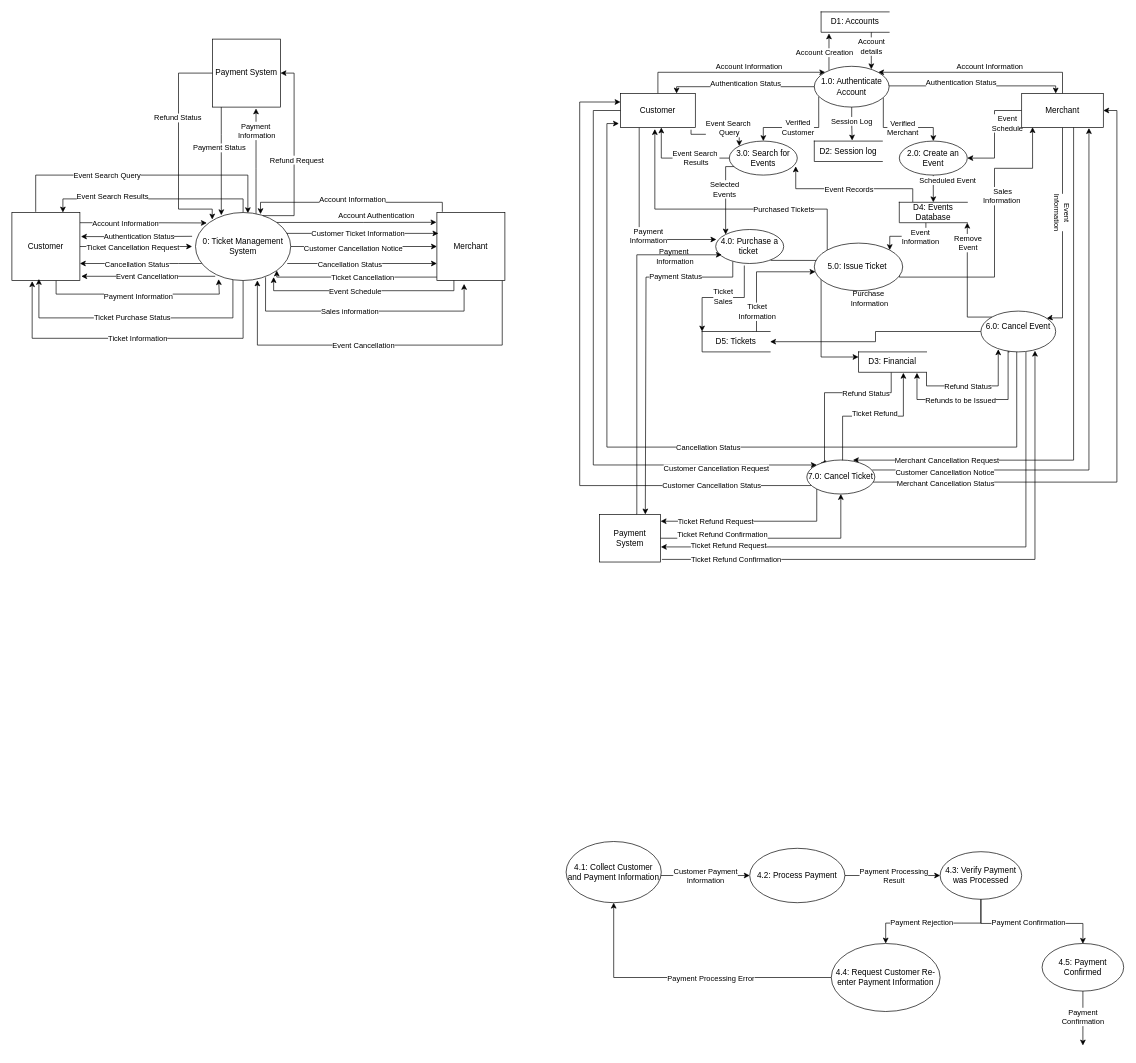
Before: ITEC 630 DFD Ticket Mangement System .drawio in SteveWChang/UMGC-ITEC--630-Ticketing-System-Modeling-and-Analysis, a draw.io diagram. Source tidied: cells renumbered, new cells numbered last; positions are measured from the earlier drawing's top-left corner, leaving out a move shared by most shapes. Both pictures are drawn from the tidied source at 68%, with x=0, y=0 at pixel (12, 12).
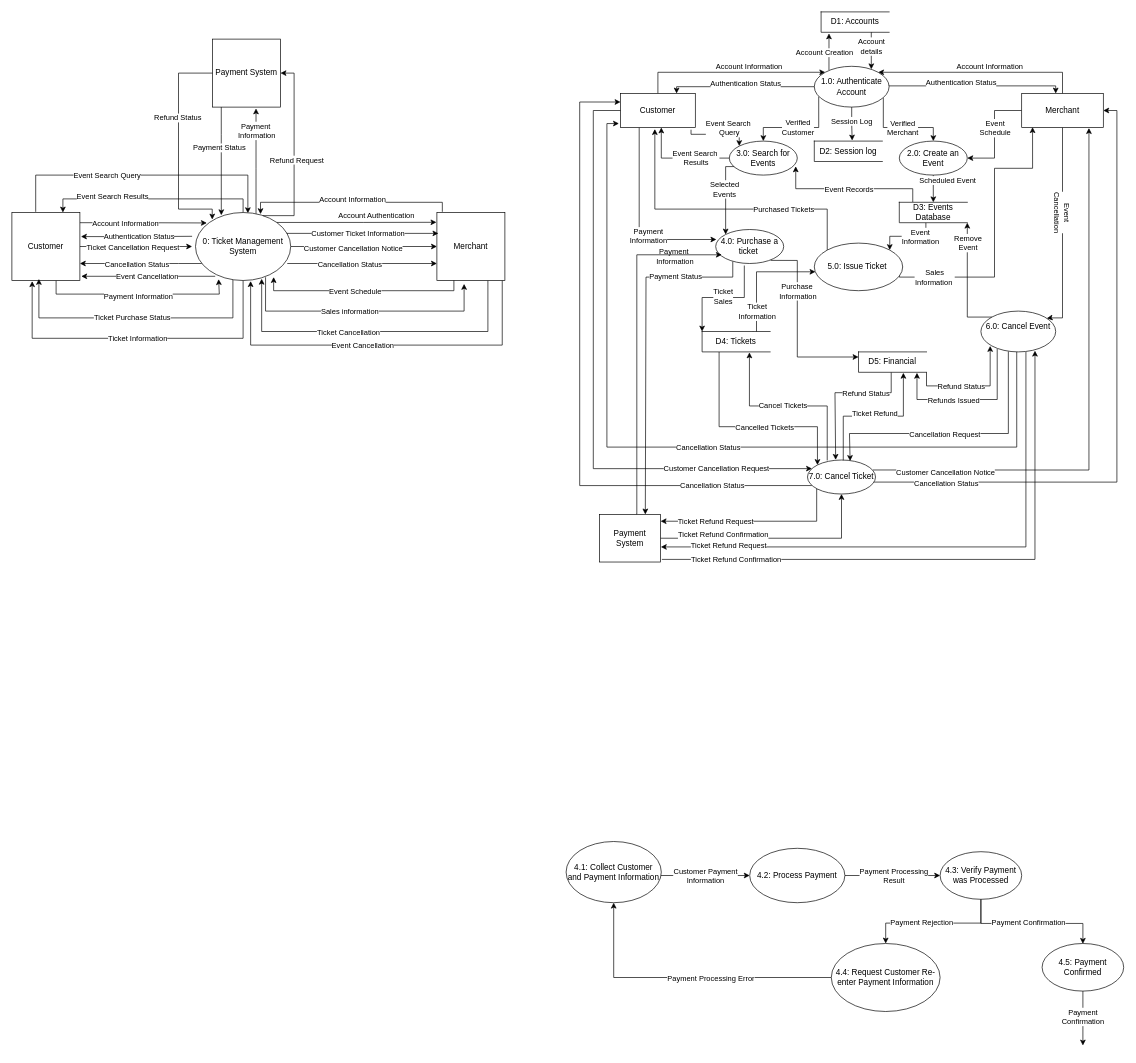
The same page after the edit.

Unchanged cells that the change refers to:
```xml
<mxCell id="2" style="edgeStyle=orthogonalEdgeStyle;rounded=0;jettySize=auto;html=1;entryX=1;entryY=0.5;entryDx=0;entryDy=0;exitX=0;exitY=0.5;exitDx=0;exitDy=0;" parent="1" edge="1" source="10" target="28">
  <mxGeometry relative="1" as="geometry" />
</mxCell>
<mxCell id="8" style="edgeStyle=orthogonalEdgeStyle;rounded=0;jettySize=auto;html=1;exitX=0.5;exitY=1;exitDx=0;exitDy=0;entryX=0.881;entryY=0.176;entryDx=0;entryDy=0;entryPerimeter=0;" parent="1" edge="1" source="10" target="139">
  <mxGeometry x="0.27" relative="1" as="geometry">
    <Array as="points">
      <mxPoint x="1545" y="450" />
      <mxPoint x="1526" y="450" />
    </Array>
  </mxGeometry>
</mxCell>
<mxCell id="10" value="Merchant" style="html=1;dashed=0;whiteSpace=wrap;" parent="1" vertex="1">
  <mxGeometry x="1485" y="120" width="120" height="50" as="geometry" />
</mxCell>
<mxCell id="24" value="Merchant" style="html=1;dashed=0;whiteSpace=wrap;" parent="1" vertex="1">
  <mxGeometry x="625" y="295" width="100" height="100" as="geometry" />
</mxCell>
<mxCell id="39" value="4.0: Purchase a ticket&amp;nbsp;" style="shape=ellipse;html=1;dashed=0;whiteSpace=wrap;perimeter=ellipsePerimeter;" parent="1" vertex="1">
  <mxGeometry x="1035" y="320" width="100" height="50" as="geometry" />
</mxCell>
<mxCell id="47" value="Customer" style="html=1;dashed=0;whiteSpace=wrap;" parent="1" vertex="1">
  <mxGeometry x="895" y="120" width="110" height="50" as="geometry" />
</mxCell>
<mxCell id="58" style="edgeStyle=orthogonalEdgeStyle;rounded=0;jettySize=auto;html=1;entryX=0.133;entryY=0.99;entryDx=0;entryDy=0;exitX=1;exitY=0.5;exitDx=0;exitDy=0;entryPerimeter=0;" parent="1" edge="1" source="60" target="10">
  <mxGeometry x="-0.27" relative="1" as="geometry">
    <Array as="points">
      <mxPoint x="1305" y="375" />
      <mxPoint x="1305" y="390" />
      <mxPoint x="1445" y="390" />
      <mxPoint x="1445" y="230" />
      <mxPoint x="1501" y="230" />
    </Array>
  </mxGeometry>
</mxCell>
<mxCell id="75" value="0: Ticket Management System" style="shape=ellipse;html=1;dashed=0;whiteSpace=wrap;perimeter=ellipsePerimeter;" parent="1" vertex="1">
  <mxGeometry x="270" y="295" width="140" height="100" as="geometry" />
</mxCell>
<mxCell id="125" style="edgeStyle=orthogonalEdgeStyle;rounded=0;jettySize=auto;html=1;exitX=0.063;exitY=0.751;exitDx=0;exitDy=0;entryX=0;entryY=0.25;entryDx=0;entryDy=0;exitPerimeter=0;" parent="1" edge="1" source="129" target="47">
  <mxGeometry x="-0.09" relative="1" as="geometry">
    <Array as="points">
      <mxPoint x="835" y="696.6" />
      <mxPoint x="835" y="132.5" />
    </Array>
  </mxGeometry>
</mxCell>
<mxCell id="127" style="edgeStyle=orthogonalEdgeStyle;rounded=0;jettySize=auto;html=1;exitX=0.976;exitY=0.649;exitDx=0;exitDy=0;entryX=1;entryY=0.5;entryDx=0;entryDy=0;exitPerimeter=0;" parent="1" edge="1" source="129" target="10">
  <mxGeometry x="-0.09" relative="1" as="geometry" />
</mxCell>
<mxCell id="139" value="&lt;div&gt;6.0: Cancel Event&lt;/div&gt;&lt;div&gt;&lt;br&gt;&lt;/div&gt;" style="shape=ellipse;html=1;dashed=0;whiteSpace=wrap;perimeter=ellipsePerimeter;" parent="1" vertex="1">
  <mxGeometry x="1425" y="440" width="110" height="60" as="geometry" />
</mxCell>
```

The edit, as a diff of the source:
```diff
@@
     <mxCell id="3" value="&lt;div&gt;Event&lt;/div&gt;&lt;div&gt;Schedule&lt;/div&gt;" style="edgeLabel;html=1;align=center;verticalAlign=middle;" parent="2" vertex="1">
       <mxGeometry x="-0.17" y="-1" relative="1" as="geometry">
-        <mxPoint x="19" y="-4" as="offset" />
+        <mxPoint x="1" y="3" as="offset" />
       </mxGeometry>
     </mxCell>
@@
-    <mxCell id="6" style="edgeStyle=orthogonalEdgeStyle;rounded=0;jettySize=auto;html=1;exitX=0.636;exitY=0.969;exitDx=0;exitDy=0;exitPerimeter=0;entryX=0.678;entryY=0.003;entryDx=0;entryDy=0;entryPerimeter=0;" parent="1" edge="1" source="10" target="129">
-      <mxGeometry x="0.12" relative="1" as="geometry">
-        <Array as="points">
-          <mxPoint x="1561.3" y="659.2" />
-        </Array>
-      </mxGeometry>
-    </mxCell>
-    <mxCell id="7" value="Merchant Cancellation Request" style="edgeLabel;html=1;align=center;verticalAlign=middle;" parent="6" vertex="1">
-      <mxGeometry x="0.73" y="2" relative="1" as="geometry">
-        <mxPoint x="27" y="-2" as="offset" />
-      </mxGeometry>
-    </mxCell>
@@
-    <mxCell id="9" value="&lt;div&gt;Event&lt;/div&gt;&lt;div&gt;Information&lt;/div&gt;" style="edgeLabel;html=1;align=center;verticalAlign=middle;rotation=90;" parent="8" vertex="1">
+    <mxCell id="9" value="&lt;div&gt;Event&lt;/div&gt;&lt;div&gt;Cancellation&lt;/div&gt;" style="edgeLabel;html=1;align=center;verticalAlign=middle;rotation=90;" parent="8" vertex="1">
       <mxGeometry x="-0.41" y="-1" relative="1" as="geometry">
         <mxPoint x="1" y="35" as="offset" />
       </mxGeometry>
     </mxCell>
@@
-    <mxCell id="22" style="edgeStyle=orthogonalEdgeStyle;rounded=0;jettySize=auto;html=1;entryX=1;entryY=1;entryDx=0;entryDy=0;" parent="1" edge="1" source="24" target="75">
-      <mxGeometry relative="1" as="geometry">
+    <mxCell id="22" style="edgeStyle=orthogonalEdgeStyle;rounded=0;jettySize=auto;html=1;entryX=0.695;entryY=0.975;entryDx=0;entryDy=0;exitX=0.75;exitY=1;exitDx=0;exitDy=0;entryPerimeter=0;" parent="1" edge="1" source="24" target="75">
+      <mxGeometry x="0.22" relative="1" as="geometry">
         <Array as="points">
-          <mxPoint x="389.5" y="390" />
+          <mxPoint x="700" y="470" />
+          <mxPoint x="367.3" y="470" />
         </Array>
       </mxGeometry>
     </mxCell>
     <mxCell id="23" value="Ticket Cancellation" style="edgeLabel;html=1;align=center;verticalAlign=middle;" parent="22" vertex="1">
-      <mxGeometry x="0.24" relative="1" as="geometry">
-        <mxPoint x="42" as="offset" />
+      <mxGeometry x="0.4" relative="1" as="geometry">
+        <mxPoint x="59" as="offset" />
       </mxGeometry>
     </mxCell>
@@
-    <mxCell id="33" value="D4: Events Database" style="html=1;dashed=0;whiteSpace=wrap;shape=partialRectangle;right=0;" parent="1" vertex="1">
+    <mxCell id="33" value="D3: Events Database" style="html=1;dashed=0;whiteSpace=wrap;shape=partialRectangle;right=0;" parent="1" vertex="1">
       <mxGeometry x="1305" y="280" width="100" height="30" as="geometry" />
     </mxCell>
     <mxCell id="34" style="edgeStyle=orthogonalEdgeStyle;rounded=0;jettySize=auto;html=1;exitX=0.808;exitY=0.909;exitDx=0;exitDy=0;entryX=0;entryY=0.25;entryDx=0;entryDy=0;exitPerimeter=0;" parent="1" edge="1" source="39" target="55">
-      <mxGeometry x="-0.49" relative="1" as="geometry" />
+      <mxGeometry x="-0.48" relative="1" as="geometry">
+        <Array as="points">
+          <mxPoint x="1155" y="365.5" />
+          <mxPoint x="1155" y="507.5" />
+        </Array>
+      </mxGeometry>
     </mxCell>
     <mxCell id="35" value="&lt;div&gt;Purchase&amp;nbsp;&lt;/div&gt;&lt;div&gt;Information&lt;/div&gt;" style="edgeLabel;html=1;align=center;verticalAlign=middle;" parent="34" vertex="1">
       <mxGeometry x="-0.27" y="2" relative="1" as="geometry">
-        <mxPoint x="68" y="31" as="offset" />
+        <mxPoint x="-2" y="-15" as="offset" />
       </mxGeometry>
     </mxCell>
@@
-    <mxCell id="51" style="edgeStyle=orthogonalEdgeStyle;rounded=0;jettySize=auto;html=1;exitX=0.481;exitY=0.993;exitDx=0;exitDy=0;entryX=0.198;entryY=0.089;entryDx=0;entryDy=0;entryPerimeter=0;exitPerimeter=0;" parent="1" edge="1" source="55" target="129">
-      <mxGeometry relative="1" as="geometry">
+    <mxCell id="51" style="edgeStyle=orthogonalEdgeStyle;rounded=0;jettySize=auto;html=1;exitX=0.481;exitY=0.993;exitDx=0;exitDy=0;entryX=0.414;entryY=-0.006;entryDx=0;entryDy=0;entryPerimeter=0;exitPerimeter=0;" parent="1" edge="1" source="55" target="129">
+      <mxGeometry x="-0.06" relative="1" as="geometry">
         <Array as="points">
           <mxPoint x="1293.1" y="560" />
-          <mxPoint x="1195" y="560" />
-          <mxPoint x="1195" y="663.5" />
+          <mxPoint x="1210.4" y="560" />
         </Array>
       </mxGeometry>
     </mxCell>
     <mxCell id="52" value="Refund Status" style="edgeLabel;html=1;align=center;verticalAlign=middle;" parent="51" vertex="1">
-      <mxGeometry x="0.02" relative="1" as="geometry">
-        <mxPoint x="53" as="offset" />
+      <mxGeometry x="-0.05" relative="1" as="geometry">
+        <mxPoint x="33" as="offset" />
       </mxGeometry>
     </mxCell>
@@
-    <mxCell id="55" value="D3: Financial" style="html=1;dashed=0;whiteSpace=wrap;shape=partialRectangle;right=0;" parent="1" vertex="1">
+    <mxCell id="55" value="D5: Financial" style="html=1;dashed=0;whiteSpace=wrap;shape=partialRectangle;right=0;" parent="1" vertex="1">
       <mxGeometry x="1245" y="500" width="100" height="30" as="geometry" />
     </mxCell>
@@
     <mxCell id="59" value="Sales&lt;div&gt;Information&amp;nbsp;&lt;/div&gt;" style="edgeLabel;html=1;align=center;verticalAlign=middle;" parent="58" vertex="1">
       <mxGeometry x="-0.78" y="1" relative="1" as="geometry">
-        <mxPoint x="123" y="-119" as="offset" />
+        <mxPoint x="23" y="1" as="offset" />
       </mxGeometry>
     </mxCell>
@@
-    <mxCell id="126" value="Customer Cancellation Status" style="edgeLabel;html=1;align=center;verticalAlign=middle;" parent="125" vertex="1">
+    <mxCell id="126" value="Cancellation Status" style="edgeLabel;html=1;align=center;verticalAlign=middle;" parent="125" vertex="1">
       <mxGeometry x="-0.47" y="-1" relative="1" as="geometry">
         <mxPoint x="109" y="1" as="offset" />
       </mxGeometry>
     </mxCell>
@@
-    <mxCell id="128" value="Merchant Cancellation Status" style="edgeLabel;html=1;align=center;verticalAlign=middle;" parent="127" vertex="1">
+    <mxCell id="128" value="Cancellation Status" style="edgeLabel;html=1;align=center;verticalAlign=middle;" parent="127" vertex="1">
       <mxGeometry x="-0.78" y="-2" relative="1" as="geometry">
         <mxPoint x="4" as="offset" />
       </mxGeometry>
     </mxCell>
+    <mxCell id="165" style="edgeStyle=orthogonalEdgeStyle;rounded=0;jettySize=auto;html=1;exitX=0.29;exitY=0.013;exitDx=0;exitDy=0;exitPerimeter=0;entryX=0.696;entryY=1.023;entryDx=0;entryDy=0;entryPerimeter=0;" parent="1" edge="1" source="129" target="164">
+      <mxGeometry relative="1" as="geometry" />
+    </mxCell>
+    <mxCell id="166" value="Cancel Tickets" style="edgeLabel;html=1;align=center;verticalAlign=middle;" parent="165" vertex="1">
+      <mxGeometry x="0.07" y="-1" relative="1" as="geometry" />
+    </mxCell>
     <mxCell id="129" value="&lt;div&gt;7.0: Cancel Ticket&lt;/div&gt;" style="shape=ellipse;html=1;dashed=0;whiteSpace=wrap;perimeter=ellipsePerimeter;" parent="1" vertex="1">
-      <mxGeometry x="1169" y="659" width="100" height="50" as="geometry" />
+      <mxGeometry x="1170" y="659" width="100" height="50" as="geometry" />
     </mxCell>
-    <mxCell id="130" style="edgeStyle=orthogonalEdgeStyle;rounded=0;jettySize=auto;html=1;entryX=0;entryY=0;entryDx=0;entryDy=0;exitX=0;exitY=0.5;exitDx=0;exitDy=0;" parent="1" edge="1" source="47" target="129">
+    <mxCell id="130" style="edgeStyle=orthogonalEdgeStyle;rounded=0;jettySize=auto;html=1;entryX=0.066;entryY=0.253;entryDx=0;entryDy=0;exitX=0;exitY=0.5;exitDx=0;exitDy=0;entryPerimeter=0;" parent="1" edge="1" source="47" target="129">
       <mxGeometry x="-0.03" relative="1" as="geometry">
         <Array as="points">
           <mxPoint x="855" y="145" />
-          <mxPoint x="855" y="666.3" />
+          <mxPoint x="855" y="671.7" />
         </Array>
       </mxGeometry>
     </mxCell>
-    <mxCell id="131" value="&lt;div&gt;Customer&amp;nbsp;Cancellation&amp;nbsp;Request&lt;/div&gt;" style="edgeLabel;html=1;align=center;verticalAlign=middle;" parent="130" vertex="1">
+    <mxCell id="131" value="&lt;div&gt;Customer&amp;nbsp;Cancellation&amp;nbsp;Request&lt;/div&gt;" style="edgeLabel;html=1;align=center;verticalAlign=middle;rotation=0;" parent="130" vertex="1">
       <mxGeometry x="-0.71" y="-2" relative="1" as="geometry">
         <mxPoint x="182" y="437" as="offset" />
       </mxGeometry>
     </mxCell>
@@
-    <mxCell id="136" style="edgeStyle=orthogonalEdgeStyle;rounded=0;jettySize=auto;html=1;entryX=0.86;entryY=1.026;entryDx=0;entryDy=0;entryPerimeter=0;exitX=0.374;exitY=1.019;exitDx=0;exitDy=0;exitPerimeter=0;" parent="1" edge="1" source="139" target="55">
-      <mxGeometry x="-0.71" relative="1" as="geometry">
+    <mxCell id="136" style="edgeStyle=orthogonalEdgeStyle;rounded=0;jettySize=auto;html=1;entryX=0.86;entryY=1.026;entryDx=0;entryDy=0;entryPerimeter=0;exitX=0.218;exitY=0.922;exitDx=0;exitDy=0;exitPerimeter=0;" parent="1" edge="1" source="139" target="55">
+      <mxGeometry x="-0.62" relative="1" as="geometry">
         <Array as="points">
-          <mxPoint x="1466.1" y="470" />
-          <mxPoint x="1465" y="470" />
-          <mxPoint x="1465" y="570" />
+          <mxPoint x="1449" y="570" />
           <mxPoint x="1331" y="570" />
         </Array>
       </mxGeometry>
     </mxCell>
-    <mxCell id="137" value="Refunds to be Issued" style="edgeLabel;html=1;align=center;verticalAlign=middle;" parent="136" vertex="1">
-      <mxGeometry x="0.53" y="3" relative="1" as="geometry">
-        <mxPoint x="31" y="-3" as="offset" />
+    <mxCell id="137" value="Refunds Issued" style="edgeLabel;html=1;align=center;verticalAlign=middle;" parent="136" vertex="1">
+      <mxGeometry x="0.49" y="3" relative="1" as="geometry">
+        <mxPoint x="34" y="-3" as="offset" />
       </mxGeometry>
     </mxCell>
-    <mxCell id="138" style="edgeStyle=orthogonalEdgeStyle;rounded=0;jettySize=auto;html=1;entryX=1;entryY=0.5;entryDx=0;entryDy=0;" parent="1" edge="1" source="139" target="164">
-      <mxGeometry relative="1" as="geometry" />
-    </mxCell>
@@
-    <mxCell id="142" style="edgeStyle=orthogonalEdgeStyle;rounded=0;jettySize=auto;html=1;exitX=0.961;exitY=1.002;exitDx=0;exitDy=0;entryX=0.65;entryY=0.998;entryDx=0;entryDy=0;entryPerimeter=0;exitPerimeter=0;" parent="1" edge="1" source="24" target="75">
-      <mxGeometry x="0.04" relative="1" as="geometry">
+    <mxCell id="142" style="edgeStyle=orthogonalEdgeStyle;rounded=0;jettySize=auto;html=1;exitX=0.961;exitY=1.002;exitDx=0;exitDy=0;entryX=0.579;entryY=1.009;entryDx=0;entryDy=0;entryPerimeter=0;exitPerimeter=0;" parent="1" edge="1" source="24" target="75">
+      <mxGeometry x="0.03" relative="1" as="geometry">
         <Array as="points">
           <mxPoint x="721.1" y="490" />
-          <mxPoint x="361" y="490" />
+          <mxPoint x="351.1" y="490" />
         </Array>
       </mxGeometry>
     </mxCell>
     <mxCell id="143" value="Event Cancellation" style="edgeLabel;html=1;align=center;verticalAlign=middle;" parent="142" vertex="1">
-      <mxGeometry x="-0.12" relative="1" as="geometry">
+      <mxGeometry x="-0.13" relative="1" as="geometry">
         <mxPoint x="-57" as="offset" />
       </mxGeometry>
     </mxCell>
@@
-    <mxCell id="160" style="edgeStyle=orthogonalEdgeStyle;rounded=0;jettySize=auto;html=1;exitX=1;exitY=1;exitDx=0;exitDy=0;entryX=0.232;entryY=0.936;entryDx=0;entryDy=0;entryPerimeter=0;" parent="1" edge="1" source="55" target="139">
-      <mxGeometry relative="1" as="geometry">
+    <mxCell id="160" style="edgeStyle=orthogonalEdgeStyle;rounded=0;jettySize=auto;html=1;exitX=1;exitY=1;exitDx=0;exitDy=0;entryX=0.124;entryY=0.854;entryDx=0;entryDy=0;entryPerimeter=0;" parent="1" edge="1" source="55" target="139">
+      <mxGeometry x="0.04" relative="1" as="geometry">
         <Array as="points">
           <mxPoint x="1345" y="550" />
-          <mxPoint x="1450.5" y="550" />
+          <mxPoint x="1438.6" y="550" />
         </Array>
       </mxGeometry>
     </mxCell>
     <mxCell id="161" value="Refund Status" style="edgeLabel;html=1;align=center;verticalAlign=middle;" parent="160" vertex="1">
-      <mxGeometry x="-0.76" y="3" relative="1" as="geometry">
-        <mxPoint x="58" y="3" as="offset" />
+      <mxGeometry x="-0.74" y="3" relative="1" as="geometry">
+        <mxPoint x="48" y="3" as="offset" />
       </mxGeometry>
     </mxCell>
@@
+    <mxCell id="167" style="edgeStyle=orthogonalEdgeStyle;rounded=0;jettySize=auto;html=1;exitX=0.25;exitY=1;exitDx=0;exitDy=0;entryX=0;entryY=0;entryDx=0;entryDy=0;" parent="1" edge="1" source="164" target="129">
+      <mxGeometry x="0.09" relative="1" as="geometry">
+        <Array as="points">
+          <mxPoint x="1040" y="610" />
+          <mxPoint x="1184.6" y="610" />
+        </Array>
+      </mxGeometry>
+    </mxCell>
+    <mxCell id="168" value="Cancelled Tickets" style="edgeLabel;html=1;align=center;verticalAlign=middle;" parent="167" vertex="1">
+      <mxGeometry x="0.02" relative="1" as="geometry">
+        <mxPoint x="17" as="offset" />
+      </mxGeometry>
+    </mxCell>
-    <mxCell id="164" value="D5: Tickets" style="html=1;dashed=0;whiteSpace=wrap;shape=partialRectangle;right=0;" parent="1" vertex="1">
+    <mxCell id="164" value="D4: Tickets" style="html=1;dashed=0;whiteSpace=wrap;shape=partialRectangle;right=0;" parent="1" vertex="1">
       <mxGeometry x="1015" y="470" width="100" height="30" as="geometry" />
     </mxCell>
+    <mxCell id="169" style="edgeStyle=orthogonalEdgeStyle;rounded=0;jettySize=auto;html=1;entryX=0.627;entryY=0.028;entryDx=0;entryDy=0;entryPerimeter=0;exitX=0.367;exitY=0.99;exitDx=0;exitDy=0;exitPerimeter=0;" parent="1" edge="1" source="139" target="129">
+      <mxGeometry x="-0.04" relative="1" as="geometry">
+        <Array as="points">
+          <mxPoint x="1465.4" y="620" />
+          <mxPoint x="1231.7" y="620" />
+        </Array>
+      </mxGeometry>
+    </mxCell>
+    <mxCell id="170" value="Cancellation Request" style="edgeLabel;html=1;align=center;verticalAlign=middle;" parent="169" vertex="1">
+      <mxGeometry x="0.09" y="1" relative="1" as="geometry" />
+    </mxCell>
```
